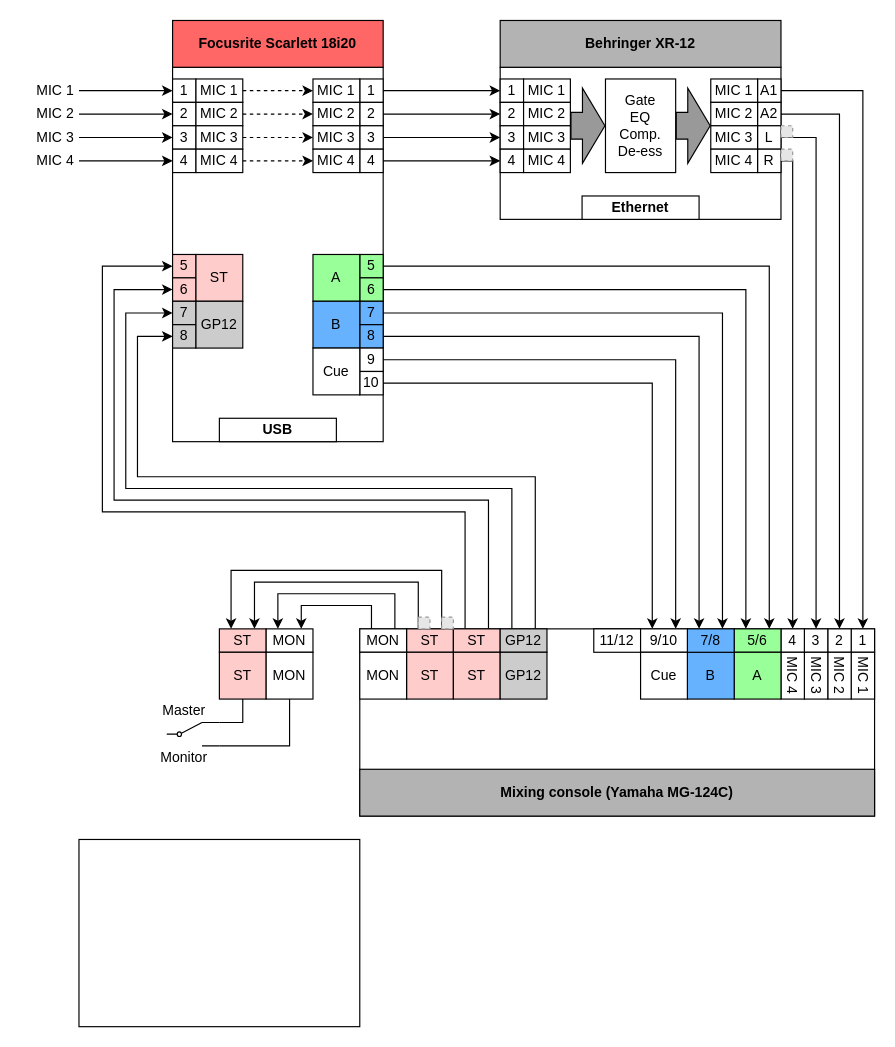
fgerhat/tlis-nahravacka keeps this draw.io diagram as TLIS_vysielacka.drawio. Above is the earlier version. Source tidied: cells renumbered, new cells numbered last; positions are measured from the earlier drawing's top-left corner, leaving out a move shared by most shapes. Both pictures are drawn from the tidied source at 117%, with x=0, y=0 at pixel (32, 20). Pictures stored in the file or linked from it are replaced by grey dashed boxes.
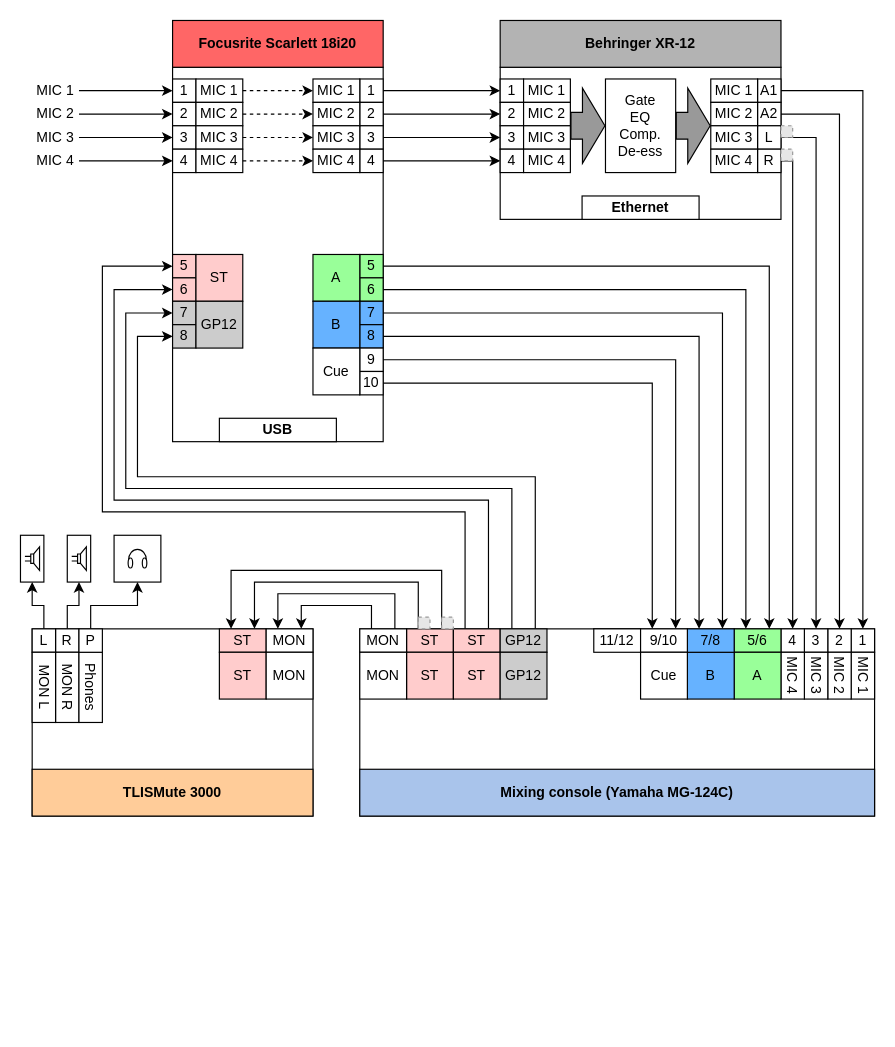
The same page after the edit.

The change refers to these unchanged cells:
```xml
<mxCell id="95" style="group;" parent="1" vertex="1">
  <mxGeometry x="280" y="520" width="440" height="160" as="geometry" />
</mxCell>
<mxCell id="134" value="ST" style="rounded=0;whiteSpace=wrap;html=1;fillColor=#FFCCCC;" parent="132" vertex="1">
  <mxGeometry y="20" width="40" height="40" as="geometry" />
</mxCell>
<mxCell id="137" value="MON" style="rounded=0;whiteSpace=wrap;html=1;fillColor=#FFFFFF;" parent="135" vertex="1">
  <mxGeometry y="20" width="40" height="40" as="geometry" />
</mxCell>
```

What changed in the source:
```diff
@@
     <mxCell id="2" style="rounded=0;whiteSpace=wrap;html=1;" parent="1" vertex="1">
-      <mxGeometry x="40" y="700" width="240" height="160" as="geometry" />
+      <mxGeometry y="520" width="240" height="160" as="geometry" />
     </mxCell>
@@
-    <mxCell id="97" value="&lt;b&gt;Mixing console (Yamaha MG-124C)&lt;br&gt;&lt;/b&gt;" style="rounded=0;whiteSpace=wrap;html=1;fillColor=#B3B3B3;" parent="95" vertex="1">
+    <mxCell id="97" value="&lt;b&gt;Mixing console (Yamaha MG-124C)&lt;br&gt;&lt;/b&gt;" style="rounded=0;whiteSpace=wrap;html=1;fillColor=#A9C4EB;fontColor=#000000;" parent="95" vertex="1">
       <mxGeometry y="120" width="440" height="40" as="geometry" />
     </mxCell>
@@
-    <mxCell id="138" style="verticalLabelPosition=bottom;shadow=0;dashed=0;align=center;html=1;verticalAlign=top;shape=mxgraph.electrical.electro-mechanical.twoWayContact2;elSwitchState=1;" parent="1" vertex="1">
-      <mxGeometry x="115" y="600" width="45" height="20" as="geometry" />
-    </mxCell>
-    <mxCell id="139" style="edgeStyle=orthogonalEdgeStyle;rounded=0;jettySize=auto;html=1;exitX=0.5;exitY=1;exitDx=0;exitDy=0;entryX=1;entryY=0;entryDx=0;entryDy=0;endArrow=none;endFill=0;" parent="1" edge="1" source="134" target="138">
-      <mxGeometry relative="1" as="geometry">
-        <Array as="points">
-          <mxPoint x="180" y="600" />
-        </Array>
-      </mxGeometry>
-    </mxCell>
-    <mxCell id="140" style="edgeStyle=orthogonalEdgeStyle;rounded=0;jettySize=auto;html=1;exitX=0.5;exitY=1;exitDx=0;exitDy=0;entryX=1;entryY=1;entryDx=0;entryDy=0;endArrow=none;endFill=0;" parent="1" edge="1" source="137" target="138">
-      <mxGeometry relative="1" as="geometry">
-        <Array as="points">
-          <mxPoint x="220" y="620" />
-        </Array>
-      </mxGeometry>
-    </mxCell>
@@
-    <mxCell id="145" value="Master" style="text;html=1;strokeColor=none;fillColor=none;align=center;verticalAlign=middle;whiteSpace=wrap;rounded=0;" parent="1" vertex="1">
-      <mxGeometry x="100" y="580" width="60" height="20" as="geometry" />
-    </mxCell>
-    <mxCell id="146" value="Monitor" style="text;html=1;strokeColor=none;fillColor=none;align=center;verticalAlign=middle;whiteSpace=wrap;rounded=0;" parent="1" vertex="1">
-      <mxGeometry x="100" y="620" width="60" height="20" as="geometry" />
-    </mxCell>
@@
+    <mxCell id="151" style="edgeStyle=orthogonalEdgeStyle;rounded=0;jettySize=auto;html=1;exitX=0.5;exitY=0;exitDx=0;exitDy=0;entryX=0.5;entryY=1;entryDx=0;entryDy=0;" parent="1" edge="1" source="152" target="164">
+      <mxGeometry relative="1" as="geometry" />
+    </mxCell>
+    <mxCell id="152" value="R" style="rounded=0;whiteSpace=wrap;html=1;direction=east;" parent="1" vertex="1">
+      <mxGeometry x="20" y="520" width="20" height="20" as="geometry" />
+    </mxCell>
+    <mxCell id="153" value="MON R" style="rounded=0;whiteSpace=wrap;html=1;direction=east;rotation=90;" parent="1" vertex="1">
+      <mxGeometry y="560" width="60" height="20" as="geometry" />
+    </mxCell>
+    <mxCell id="154" value="Phones" style="rounded=0;whiteSpace=wrap;html=1;direction=east;rotation=90;" parent="1" vertex="1">
+      <mxGeometry x="20" y="560" width="60" height="20" as="geometry" />
+    </mxCell>
+    <mxCell id="155" style="edgeStyle=orthogonalEdgeStyle;rounded=0;jettySize=auto;html=1;exitX=0.5;exitY=0;exitDx=0;exitDy=0;entryX=0.5;entryY=1;entryDx=0;entryDy=0;" parent="1" edge="1" source="156" target="161">
+      <mxGeometry relative="1" as="geometry" />
+    </mxCell>
+    <mxCell id="156" value="L" style="rounded=0;whiteSpace=wrap;html=1;direction=east;" parent="1" vertex="1">
+      <mxGeometry y="520" width="20" height="20" as="geometry" />
+    </mxCell>
+    <mxCell id="157" value="MON L" style="rounded=0;whiteSpace=wrap;html=1;direction=east;rotation=90;" parent="1" vertex="1">
+      <mxGeometry x="-20" y="560" width="60" height="20" as="geometry" />
+    </mxCell>
+    <mxCell id="158" style="edgeStyle=orthogonalEdgeStyle;rounded=0;jettySize=auto;html=1;exitX=0.5;exitY=0;exitDx=0;exitDy=0;entryX=0.5;entryY=1;entryDx=0;entryDy=0;" parent="1" edge="1" source="159" target="167">
+      <mxGeometry relative="1" as="geometry" />
+    </mxCell>
+    <mxCell id="159" value="P" style="rounded=0;whiteSpace=wrap;html=1;direction=east;" parent="1" vertex="1">
+      <mxGeometry x="40" y="520" width="20" height="20" as="geometry" />
+    </mxCell>
+    <mxCell id="160" style="group;" parent="1" vertex="1">
+      <mxGeometry x="-10" y="440" width="20" height="40" as="geometry" />
+    </mxCell>
+    <mxCell id="161" style="rounded=0;whiteSpace=wrap;html=1;" parent="160" vertex="1">
+      <mxGeometry width="20" height="40" as="geometry" />
+    </mxCell>
+    <mxCell id="162" style="verticalLabelPosition=bottom;shadow=0;dashed=0;align=center;html=1;verticalAlign=top;shape=mxgraph.electrical.electro-mechanical.loudspeaker;" parent="160" vertex="1">
+      <mxGeometry x="3.8" y="10" width="12.5" height="20" as="geometry" />
+    </mxCell>
+    <mxCell id="163" style="group;" parent="1" vertex="1">
+      <mxGeometry x="30" y="440" width="20" height="40" as="geometry" />
+    </mxCell>
+    <mxCell id="164" style="rounded=0;whiteSpace=wrap;html=1;" parent="163" vertex="1">
+      <mxGeometry width="20" height="40" as="geometry" />
+    </mxCell>
+    <mxCell id="165" style="verticalLabelPosition=bottom;shadow=0;dashed=0;align=center;html=1;verticalAlign=top;shape=mxgraph.electrical.electro-mechanical.loudspeaker;" parent="163" vertex="1">
+      <mxGeometry x="3.8" y="10" width="12.5" height="20" as="geometry" />
+    </mxCell>
+    <mxCell id="166" style="group;" parent="1" vertex="1">
+      <mxGeometry x="70" y="440" width="40" height="40" as="geometry" />
+    </mxCell>
+    <mxCell id="167" style="rounded=0;whiteSpace=wrap;html=1;" parent="166" vertex="1">
+      <mxGeometry width="40" height="40" as="geometry" />
+    </mxCell>
+    <mxCell id="168" style="verticalLabelPosition=bottom;shadow=0;dashed=0;align=center;html=1;verticalAlign=top;shape=mxgraph.electrical.radio.headphones;" parent="166" vertex="1">
+      <mxGeometry x="12" y="12" width="16" height="16" as="geometry" />
+    </mxCell>
+    <mxCell id="169" value="&lt;b&gt;TLISMute 3000&lt;br&gt;&lt;/b&gt;" style="rounded=0;whiteSpace=wrap;html=1;fillColor=#FFCC99;fontColor=#000000;" parent="1" vertex="1">
+      <mxGeometry y="640" width="240" height="40" as="geometry" />
+    </mxCell>
```
